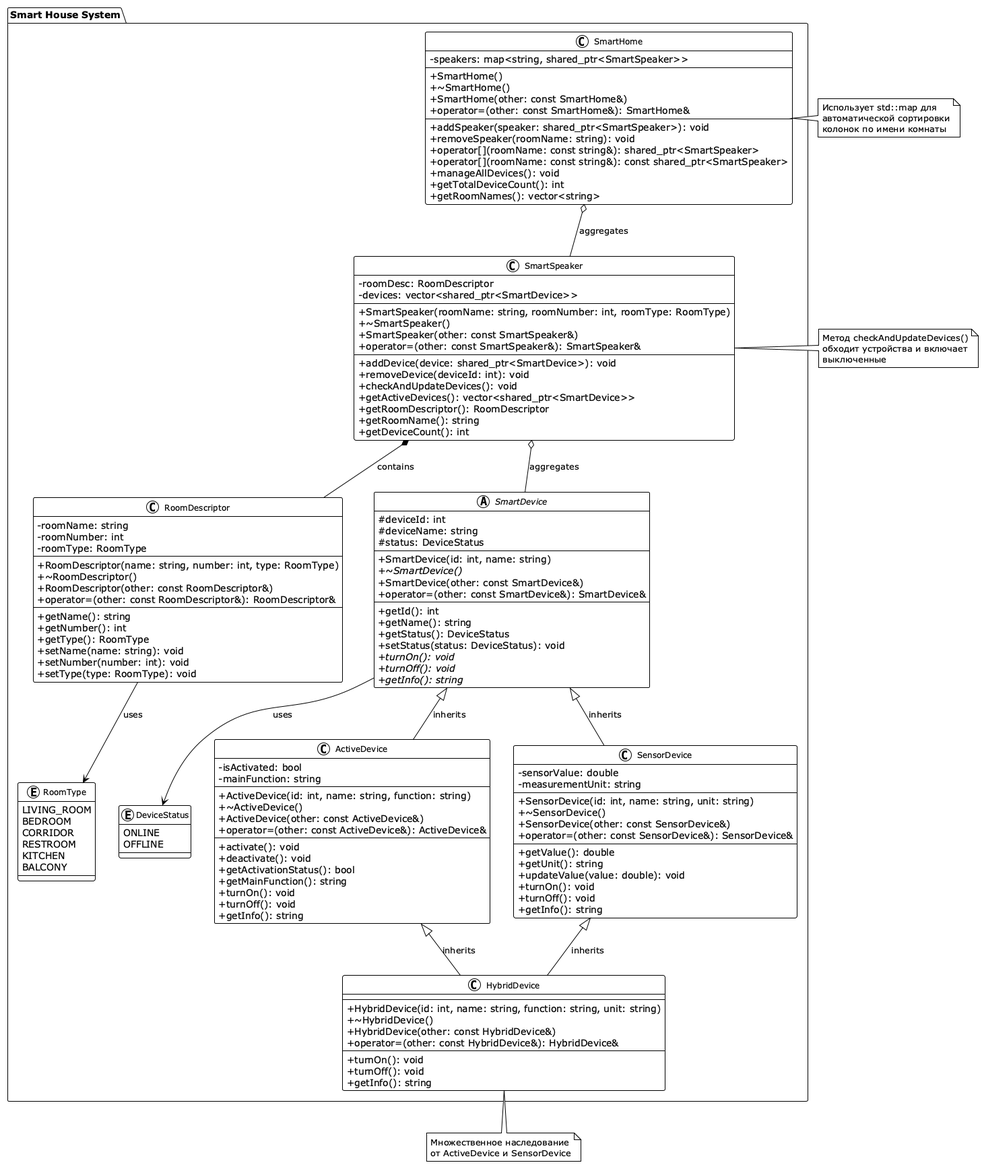
abigotado/smart-house keeps this PlantUML diagram as docs/SmartHouse_ClassDiagram.png. Above is the earlier version.
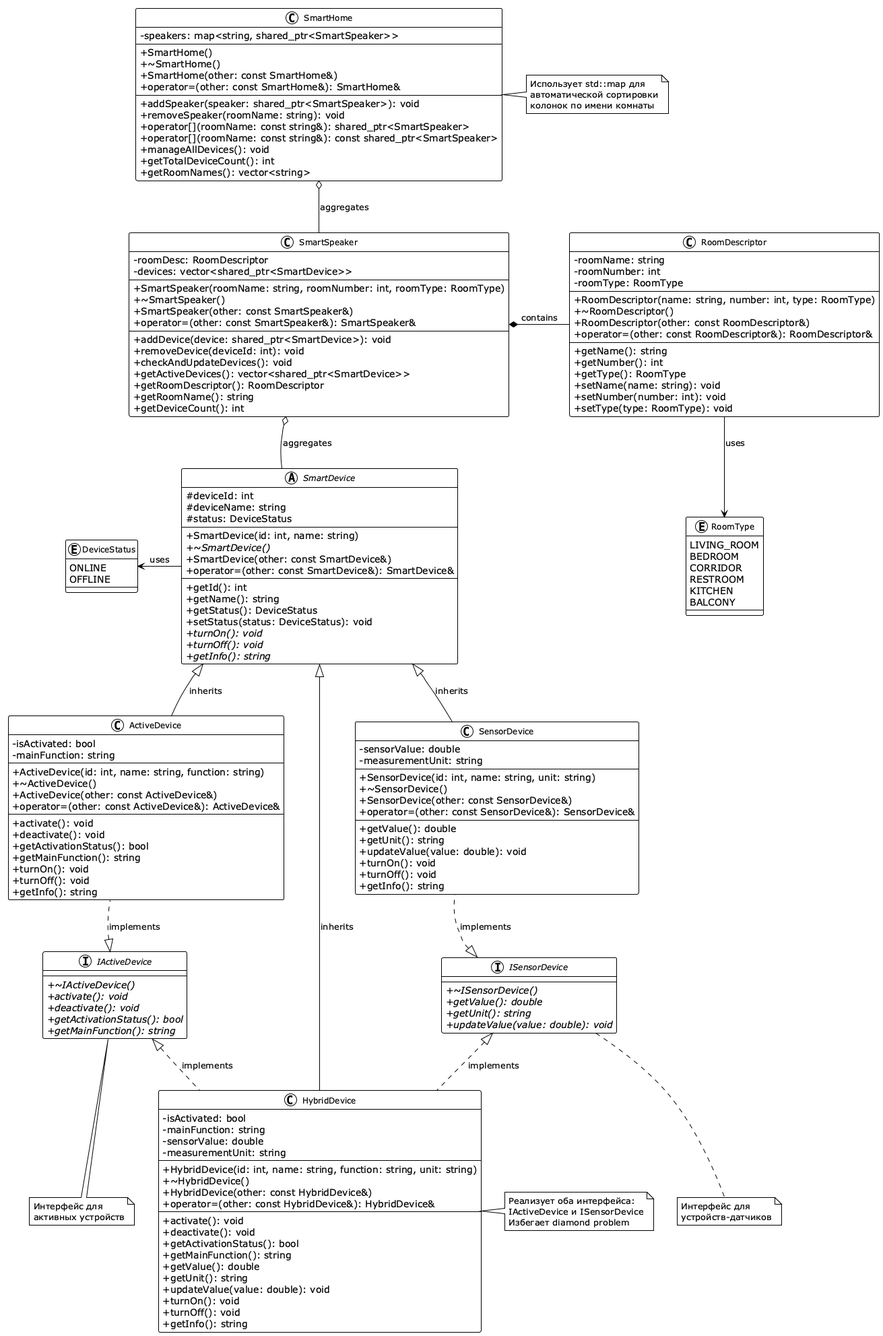
The same file after the commit.

Change to the diagram source:
```diff
@@ -5,156 +5,194 @@
 skinparam classFontSize 12
 skinparam packageFontSize 14
 
-package "Smart House System" {
+class SmartSpeaker {
+    -roomDesc: RoomDescriptor
+    -devices: vector<shared_ptr<SmartDevice>>
+    --
+    +SmartSpeaker(roomName: string, roomNumber: int, roomType: RoomType)
+    +~SmartSpeaker()
+    +SmartSpeaker(other: const SmartSpeaker&)
+    +operator=(other: const SmartSpeaker&): SmartSpeaker&
+    --
+    +addDevice(device: shared_ptr<SmartDevice>): void
+    +removeDevice(deviceId: int): void
+    +checkAndUpdateDevices(): void
+    +getActiveDevices(): vector<shared_ptr<SmartDevice>>
+    +getRoomDescriptor(): RoomDescriptor
+    +getRoomName(): string
+    +getDeviceCount(): int
+}
 
-    enum RoomType {
-        LIVING_ROOM
-        BEDROOM
-        CORRIDOR
-        RESTROOM
-        KITCHEN
-        BALCONY
-    }
+class SmartHome {
+    -speakers: map<string, shared_ptr<SmartSpeaker>>
+    --
+    +SmartHome()
+    +~SmartHome()
+    +SmartHome(other: const SmartHome&)
+    +operator=(other: const SmartHome&): SmartHome&
+    --
+    +addSpeaker(speaker: shared_ptr<SmartSpeaker>): void
+    +removeSpeaker(roomName: string): void
+    +operator[](roomName: const string&): shared_ptr<SmartSpeaker>
+    +operator[](roomName: const string&): const shared_ptr<SmartSpeaker>
+    +manageAllDevices(): void
+    +getTotalDeviceCount(): int
+    +getRoomNames(): vector<string>
+}
 
-    enum DeviceStatus {
-        ONLINE
-        OFFLINE
-    }
+class RoomDescriptor {
+    -roomName: string
+    -roomNumber: int
+    -roomType: RoomType
+    --
+    +RoomDescriptor(name: string, number: int, type: RoomType)
+    +~RoomDescriptor()
+    +RoomDescriptor(other: const RoomDescriptor&)
+    +operator=(other: const RoomDescriptor&): RoomDescriptor&
+    --
+    +getName(): string
+    +getNumber(): int
+    +getType(): RoomType
+    +setName(name: string): void
+    +setNumber(number: int): void
+    +setType(type: RoomType): void
+}
 
-    class RoomDescriptor {
-        -roomName: string
-        -roomNumber: int
-        -roomType: RoomType
-        --
-        +RoomDescriptor(name: string, number: int, type: RoomType)
-        +~RoomDescriptor()
-        +RoomDescriptor(other: const RoomDescriptor&)
-        +operator=(other: const RoomDescriptor&): RoomDescriptor&
-        --
-        +getName(): string
-        +getNumber(): int
-        +getType(): RoomType
-        +setName(name: string): void
-        +setNumber(number: int): void
-        +setType(type: RoomType): void
-    }
+enum RoomType {
+    LIVING_ROOM
+    BEDROOM
+    CORRIDOR
+    RESTROOM
+    KITCHEN
+    BALCONY
+}
 
-    abstract class SmartDevice {
-        #deviceId: int
-        #deviceName: string
-        #status: DeviceStatus
-        --
-        +SmartDevice(id: int, name: string)
-        +{abstract} ~SmartDevice()
-        +SmartDevice(other: const SmartDevice&)
-        +operator=(other: const SmartDevice&): SmartDevice&
-        --
-        +getId(): int
-        +getName(): string
-        +getStatus(): DeviceStatus
-        +setStatus(status: DeviceStatus): void
-        +{abstract} turnOn(): void
-        +{abstract} turnOff(): void
-        +{abstract} getInfo(): string
-    }
+abstract class SmartDevice {
+    #deviceId: int
+    #deviceName: string
+    #status: DeviceStatus
+    --
+    +SmartDevice(id: int, name: string)
+    +{abstract} ~SmartDevice()
+    +SmartDevice(other: const SmartDevice&)
+    +operator=(other: const SmartDevice&): SmartDevice&
+    --
+    +getId(): int
+    +getName(): string
+    +getStatus(): DeviceStatus
+    +setStatus(status: DeviceStatus): void
+    +{abstract} turnOn(): void
+    +{abstract} turnOff(): void
+    +{abstract} getInfo(): string
+}
 
-    class ActiveDevice {
-        -isActivated: bool
-        -mainFunction: string
-        --
-        +ActiveDevice(id: int, name: string, function: string)
-        +~ActiveDevice()
-        +ActiveDevice(other: const ActiveDevice&)
-        +operator=(other: const ActiveDevice&): ActiveDevice&
-        --
-        +activate(): void
-        +deactivate(): void
-        +getActivationStatus(): bool
-        +getMainFunction(): string
-        +turnOn(): void
-        +turnOff(): void
-        +getInfo(): string
-    }
+enum DeviceStatus {
+    ONLINE
+    OFFLINE
+}
 
-    class SensorDevice {
-        -sensorValue: double
-        -measurementUnit: string
-        --
-        +SensorDevice(id: int, name: string, unit: string)
-        +~SensorDevice()
-        +SensorDevice(other: const SensorDevice&)
-        +operator=(other: const SensorDevice&): SensorDevice&
-        --
-        +getValue(): double
-        +getUnit(): string
-        +updateValue(value: double): void
-        +turnOn(): void
-        +turnOff(): void
-        +getInfo(): string
-    }
+interface IActiveDevice {
+    +{abstract} ~IActiveDevice()
+    +{abstract} activate(): void
+    +{abstract} deactivate(): void
+    +{abstract} getActivationStatus(): bool
+    +{abstract} getMainFunction(): string
+}
 
-    class HybridDevice {
-        --
-        +HybridDevice(id: int, name: string, function: string, unit: string)
-        +~HybridDevice()
-        +HybridDevice(other: const HybridDevice&)
-        +operator=(other: const HybridDevice&): HybridDevice&
-        --
-        +turnOn(): void
-        +turnOff(): void
-        +getInfo(): string
-    }
+interface ISensorDevice {
+    +{abstract} ~ISensorDevice()
+    +{abstract} getValue(): double
+    +{abstract} getUnit(): string
+    +{abstract} updateValue(value: double): void
+}
 
-    class SmartSpeaker {
-        -roomDesc: RoomDescriptor
-        -devices: vector<shared_ptr<SmartDevice>>
-        --
-        +SmartSpeaker(roomName: string, roomNumber: int, roomType: RoomType)
-        +~SmartSpeaker()
-        +SmartSpeaker(other: const SmartSpeaker&)
-        +operator=(other: const SmartSpeaker&): SmartSpeaker&
-        --
-        +addDevice(device: shared_ptr<SmartDevice>): void
-        +removeDevice(deviceId: int): void
-        +checkAndUpdateDevices(): void
-        +getActiveDevices(): vector<shared_ptr<SmartDevice>>
-        +getRoomDescriptor(): RoomDescriptor
-        +getRoomName(): string
-        +getDeviceCount(): int
-    }
+class ActiveDevice {
+    -isActivated: bool
+    -mainFunction: string
+    --
+    +ActiveDevice(id: int, name: string, function: string)
+    +~ActiveDevice()
+    +ActiveDevice(other: const ActiveDevice&)
+    +operator=(other: const ActiveDevice&): ActiveDevice&
+    --
+    +activate(): void
+    +deactivate(): void
+    +getActivationStatus(): bool
+    +getMainFunction(): string
+    +turnOn(): void
+    +turnOff(): void
+    +getInfo(): string
+}
 
-    class SmartHome {
-        -speakers: map<string, shared_ptr<SmartSpeaker>>
-        --
-        +SmartHome()
-        +~SmartHome()
-        +SmartHome(other: const SmartHome&)
-        +operator=(other: const SmartHome&): SmartHome&
-        --
-        +addSpeaker(speaker: shared_ptr<SmartSpeaker>): void
-        +removeSpeaker(roomName: string): void
-        +operator[](roomName: const string&): shared_ptr<SmartSpeaker>
-        +operator[](roomName: const string&): const shared_ptr<SmartSpeaker>
-        +manageAllDevices(): void
-        +getTotalDeviceCount(): int
-        +getRoomNames(): vector<string>
-    }
+class SensorDevice {
+    -sensorValue: double
+    -measurementUnit: string
+    --
+    +SensorDevice(id: int, name: string, unit: string)
+    +~SensorDevice()
+    +SensorDevice(other: const SensorDevice&)
+    +operator=(other: const SensorDevice&): SensorDevice&
+    --
+    +getValue(): double
+    +getUnit(): string
+    +updateValue(value: double): void
+    +turnOn(): void
+    +turnOff(): void
+    +getInfo(): string
+}
 
+class HybridDevice {
+    -isActivated: bool
+    -mainFunction: string
+    -sensorValue: double
+    -measurementUnit: string
+    --
+    +HybridDevice(id: int, name: string, function: string, unit: string)
+    +~HybridDevice()
+    +HybridDevice(other: const HybridDevice&)
+    +operator=(other: const HybridDevice&): HybridDevice&
+    --
+    +activate(): void
+    +deactivate(): void
+    +getActivationStatus(): bool
+    +getMainFunction(): string
+    +getValue(): double
+    +getUnit(): string
+    +updateValue(value: double): void
+    +turnOn(): void
+    +turnOff(): void
+    +getInfo(): string
 }
+
+RoomDescriptor -[hidden]right- SmartSpeaker
+SmartDevice -[hidden]down- SmartSpeaker
+ActiveDevice -[hidden]down- IActiveDevice
+SensorDevice -[hidden]down- ISensorDevice
+ActiveDevice -[hidden]down- SmartDevice
+SensorDevice -[hidden]down- SmartDevice
+SensorDevice -[hidden]down- HybridDevice
+ActiveDevice -[hidden]down- HybridDevice
+DeviceStatus -[hidden]right- SmartDevice
 
 RoomDescriptor --> RoomType : uses
 SmartDevice --> DeviceStatus : uses
+
 SmartDevice <|-- ActiveDevice : inherits
 SmartDevice <|-- SensorDevice : inherits
-ActiveDevice <|-- HybridDevice : inherits
-SensorDevice <|-- HybridDevice : inherits
+SmartDevice <|-- HybridDevice : inherits
+
+IActiveDevice <|.. ActiveDevice : implements
+ISensorDevice <|.. SensorDevice : implements
+IActiveDevice <|.. HybridDevice : implements
+ISensorDevice <|.. HybridDevice : implements
 
 SmartSpeaker *-- RoomDescriptor : contains
 SmartSpeaker o-- SmartDevice : aggregates
 SmartHome o-- SmartSpeaker : aggregates
 
 note right of SmartHome : Использует std::map для\nавтоматической сортировки\nколонок по имени комнаты
-note bottom of HybridDevice : Множественное наследование\nот ActiveDevice и SensorDevice
-note right of SmartSpeaker : Метод checkAndUpdateDevices()\nобходит устройства и включает\nвыключенные
+note right of HybridDevice : Реализует оба интерфейса:\nIActiveDevice и ISensorDevice\nИзбегает diamond problem
+note bottom of IActiveDevice : Интерфейс для\nактивных устройств
+note bottom of ISensorDevice : Интерфейс для\nустройств-датчиков
 
 @enduml
```
